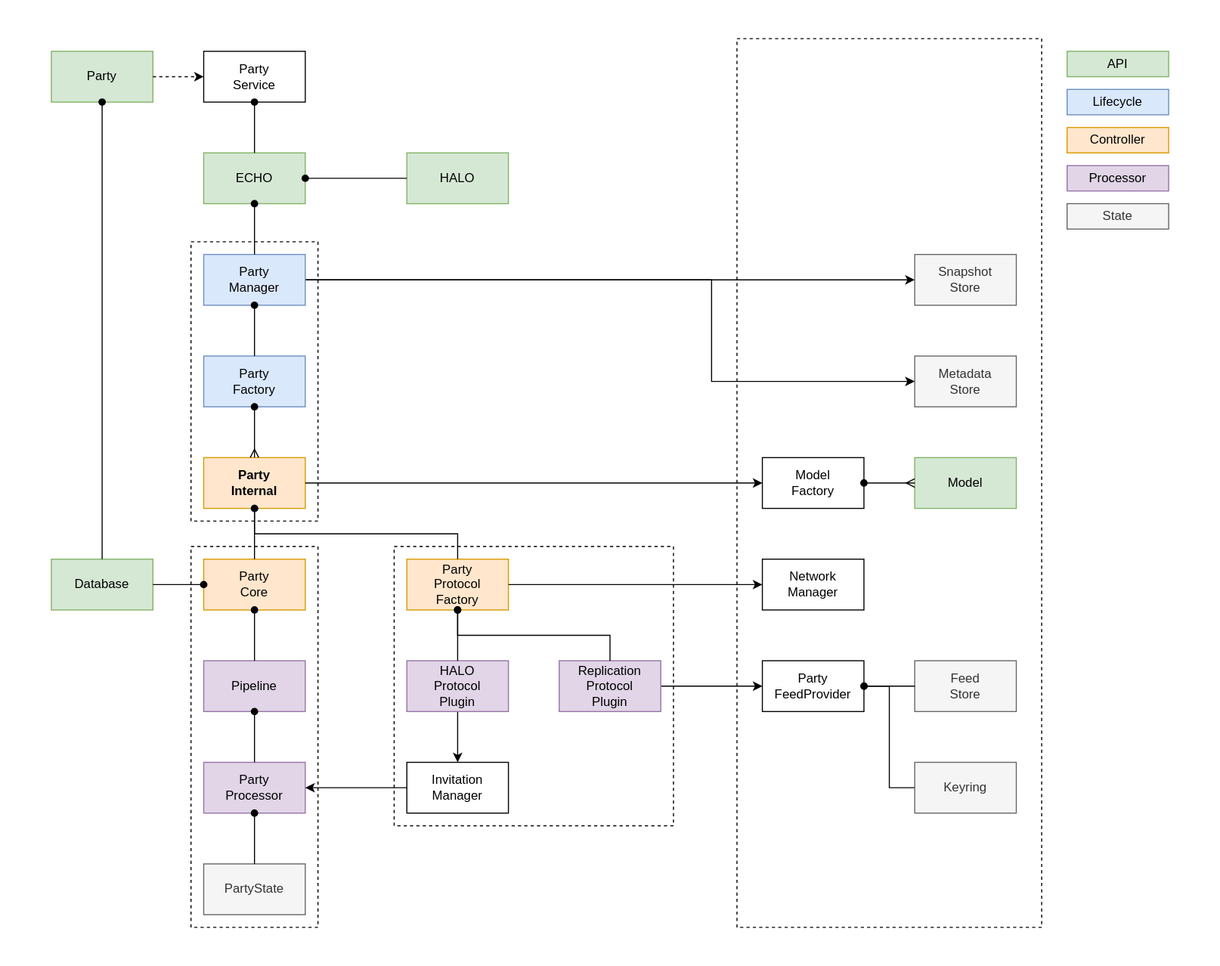
dxos/dxos keeps this draw.io diagram as docs/design/diagrams/echo-db.drawio.svg. Above is the earlier version. Source tidied: cells renumbered, new cells last; positions are measured from the earlier drawing's top-left corner, leaving out a move shared by most shapes.
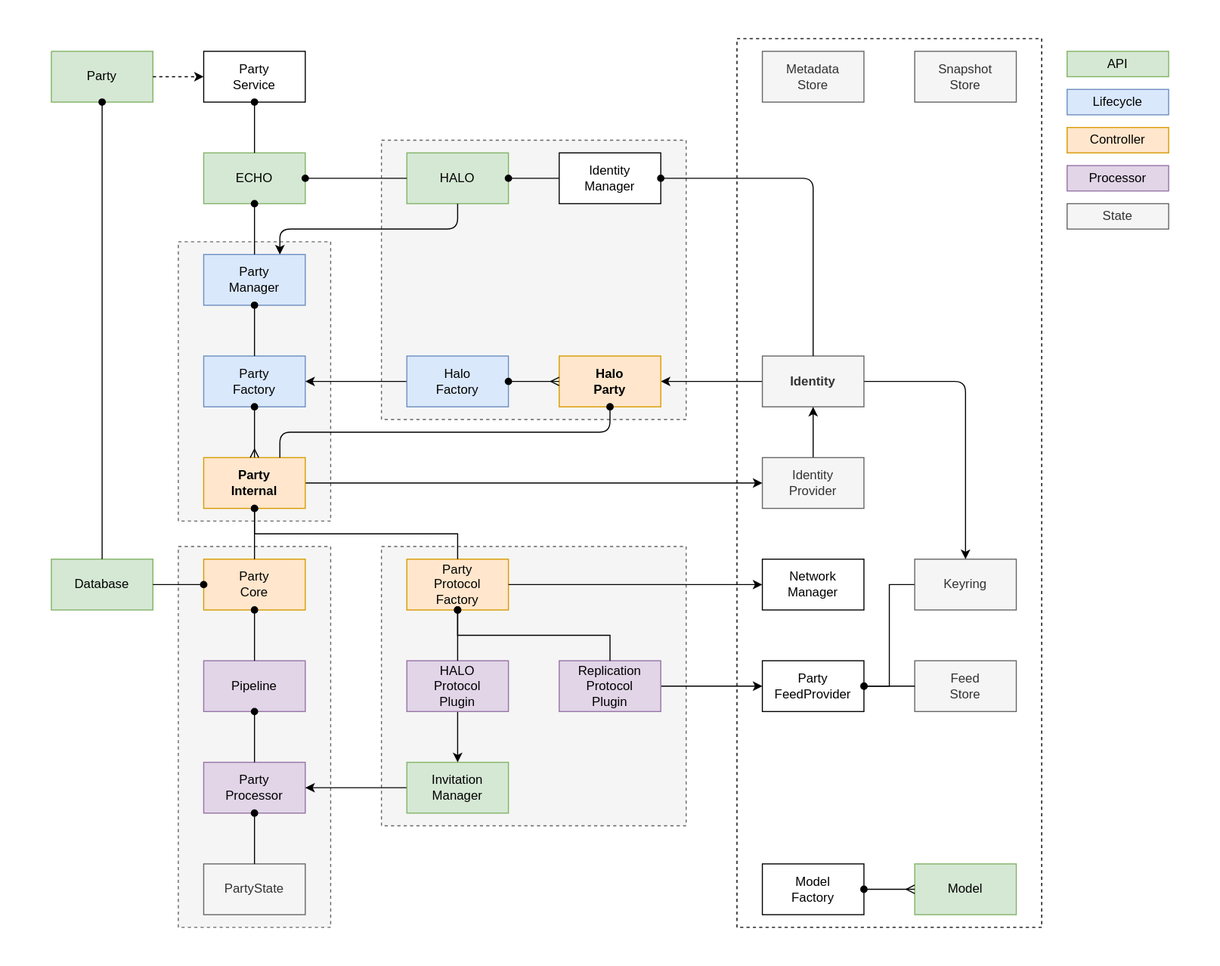
The same diagram one commit later.

What changed in the source:
```diff
@@ -2,18 +2,21 @@
   <root>
     <mxCell id="0" />
     <mxCell id="1" parent="0" />
+    <mxCell id="62" style="rounded=0;whiteSpace=wrap;html=1;dashed=1;fillColor=#f5f5f5;fontColor=#333333;strokeColor=#666666;" parent="1" vertex="1">
+      <mxGeometry x="360" y="516" width="288" height="264" as="geometry" />
+    </mxCell>
     <mxCell id="2" style="rounded=0;whiteSpace=wrap;html=1;dashed=1;fillColor=none;" parent="1" vertex="1">
       <mxGeometry x="696" y="36" width="288" height="840" as="geometry" />
     </mxCell>
+    <mxCell id="5" style="rounded=0;whiteSpace=wrap;html=1;dashed=1;fillColor=#f5f5f5;fontColor=#333333;strokeColor=#666666;" parent="1" vertex="1">
+      <mxGeometry x="360" y="132" width="288" height="264" as="geometry" />
+    </mxCell>
-    <mxCell id="3" style="rounded=0;whiteSpace=wrap;html=1;dashed=1;fillColor=none;" parent="1" vertex="1">
-      <mxGeometry x="180" y="228" width="120" height="264" as="geometry" />
+    <mxCell id="3" style="rounded=0;whiteSpace=wrap;html=1;dashed=1;fillColor=#f5f5f5;fontColor=#333333;strokeColor=#666666;" parent="1" vertex="1">
+      <mxGeometry x="168" y="228" width="144" height="264" as="geometry" />
     </mxCell>
-    <mxCell id="4" style="rounded=0;whiteSpace=wrap;html=1;dashed=1;fillColor=none;" parent="1" vertex="1">
-      <mxGeometry x="180" y="516" width="120" height="360" as="geometry" />
+    <mxCell id="4" style="rounded=0;whiteSpace=wrap;html=1;dashed=1;fillColor=#f5f5f5;fontColor=#333333;strokeColor=#666666;" parent="1" vertex="1">
+      <mxGeometry x="168" y="516" width="144" height="360" as="geometry" />
     </mxCell>
-    <mxCell id="5" style="rounded=0;whiteSpace=wrap;html=1;dashed=1;fillColor=none;" parent="1" vertex="1">
-      <mxGeometry x="372" y="516" width="264" height="264" as="geometry" />
-    </mxCell>
     <mxCell id="6" value="Party&lt;br&gt;Core" style="rounded=0;whiteSpace=wrap;html=1;fillColor=#ffe6cc;strokeColor=#d79b00;" parent="1" vertex="1">
       <mxGeometry x="192" y="528" width="96" height="48" as="geometry" />
     </mxCell>
@@ -21,7 +24,7 @@
       <mxGeometry x="48" y="528" width="96" height="48" as="geometry" />
     </mxCell>
     <mxCell id="8" value="Snapshot&lt;br&gt;Store" style="rounded=0;whiteSpace=wrap;html=1;fillColor=#f5f5f5;fontColor=#333333;strokeColor=#666666;" parent="1" vertex="1">
-      <mxGeometry x="864" y="240" width="96" height="48" as="geometry" />
+      <mxGeometry x="864" y="48" width="96" height="48" as="geometry" />
     </mxCell>
     <mxCell id="9" value="Party&lt;br&gt;Processor" style="rounded=0;whiteSpace=wrap;html=1;fillColor=#e1d5e7;strokeColor=#9673a6;" parent="1" vertex="1">
       <mxGeometry x="192" y="720" width="96" height="48" as="geometry" />
@@ -41,6 +44,9 @@
     <mxCell id="14" value="Party&lt;br&gt;Factory&lt;br&gt;" style="rounded=0;whiteSpace=wrap;html=1;fillColor=#dae8fc;strokeColor=#6c8ebf;" parent="1" vertex="1">
       <mxGeometry x="192" y="336" width="96" height="48" as="geometry" />
     </mxCell>
+    <mxCell id="63" style="edgeStyle=none;html=1;exitX=1;exitY=0.5;exitDx=0;exitDy=0;entryX=0;entryY=0.5;entryDx=0;entryDy=0;startArrow=none;startFill=0;endArrow=classic;endFill=1;" parent="1" edge="1" source="15" target="77">
+      <mxGeometry relative="1" as="geometry" />
+    </mxCell>
     <mxCell id="15" value="Party&lt;br&gt;Internal" style="rounded=0;whiteSpace=wrap;html=1;fontStyle=1;fillColor=#ffe6cc;strokeColor=#d79b00;" parent="1" vertex="1">
       <mxGeometry x="192" y="432" width="96" height="48" as="geometry" />
     </mxCell>
@@ -50,7 +56,7 @@
     <mxCell id="17" style="edgeStyle=orthogonalEdgeStyle;rounded=0;jettySize=auto;html=1;entryX=1;entryY=0.5;entryDx=0;entryDy=0;startArrow=none;startFill=0;endArrow=classic;endFill=1;" parent="1" edge="1" source="18" target="9">
       <mxGeometry relative="1" as="geometry" />
     </mxCell>
-    <mxCell id="18" value="Invitation&lt;br&gt;Manager" style="rounded=0;whiteSpace=wrap;html=1;" parent="1" vertex="1">
+    <mxCell id="18" value="Invitation&lt;br&gt;Manager" style="rounded=0;whiteSpace=wrap;html=1;fillColor=#d5e8d4;strokeColor=#82b366;" parent="1" vertex="1">
       <mxGeometry x="384" y="720" width="96" height="48" as="geometry" />
     </mxCell>
     <mxCell id="19" style="edgeStyle=orthogonalEdgeStyle;rounded=0;jettySize=auto;html=1;entryX=0;entryY=0.5;entryDx=0;entryDy=0;startArrow=none;startFill=0;endArrow=classic;endFill=1;exitX=1;exitY=0.5;exitDx=0;exitDy=0;" parent="1" edge="1" source="50" target="11">
@@ -68,10 +74,10 @@
       <mxGeometry x="720" y="528" width="96" height="48" as="geometry" />
     </mxCell>
     <mxCell id="22" value="Metadata&lt;br&gt;Store" style="rounded=0;whiteSpace=wrap;html=1;fillColor=#f5f5f5;fontColor=#333333;strokeColor=#666666;" parent="1" vertex="1">
-      <mxGeometry x="864" y="336" width="96" height="48" as="geometry" />
+      <mxGeometry x="720" y="48" width="96" height="48" as="geometry" />
     </mxCell>
     <mxCell id="23" value="Keyring" style="rounded=0;whiteSpace=wrap;html=1;fillColor=#f5f5f5;fontColor=#333333;strokeColor=#666666;" parent="1" vertex="1">
-      <mxGeometry x="864" y="720" width="96" height="48" as="geometry" />
+      <mxGeometry x="864" y="528" width="96" height="48" as="geometry" />
     </mxCell>
     <mxCell id="24" value="Feed&lt;br&gt;Store" style="rounded=0;whiteSpace=wrap;html=1;fillColor=#f5f5f5;fontColor=#333333;strokeColor=#666666;" parent="1" vertex="1">
       <mxGeometry x="864" y="624" width="96" height="48" as="geometry" />
@@ -86,7 +92,7 @@
       <mxGeometry relative="1" as="geometry" />
     </mxCell>
     <mxCell id="28" value="Model&lt;br&gt;Factory" style="rounded=0;whiteSpace=wrap;html=1;" parent="1" vertex="1">
-      <mxGeometry x="720" y="432" width="96" height="48" as="geometry" />
+      <mxGeometry x="720" y="816" width="96" height="48" as="geometry" />
     </mxCell>
     <mxCell id="29" value="PartyState" style="rounded=0;whiteSpace=wrap;html=1;fillColor=#f5f5f5;fontColor=#333333;strokeColor=#666666;" parent="1" vertex="1">
       <mxGeometry x="192" y="816" width="96" height="48" as="geometry" />
@@ -107,7 +113,7 @@
       <mxGeometry x="1008" y="192" width="96" height="24" as="geometry" />
     </mxCell>
     <mxCell id="35" value="Model" style="rounded=0;whiteSpace=wrap;html=1;fillColor=#d5e8d4;strokeColor=#82b366;" parent="1" vertex="1">
-      <mxGeometry x="864" y="432" width="96" height="48" as="geometry" />
+      <mxGeometry x="864" y="816" width="96" height="48" as="geometry" />
     </mxCell>
     <mxCell id="36" style="edgeStyle=orthogonalEdgeStyle;rounded=0;jettySize=auto;html=1;exitX=1;exitY=0.5;exitDx=0;exitDy=0;startArrow=oval;startFill=1;endArrow=ERmany;endFill=0;" parent="1" edge="1" source="28" target="35">
       <mxGeometry relative="1" as="geometry" />
@@ -115,17 +121,6 @@
     <mxCell id="37" style="edgeStyle=orthogonalEdgeStyle;rounded=0;jettySize=auto;html=1;startArrow=oval;startFill=1;endArrow=ERmany;endFill=0;" parent="1" edge="1" source="14" target="15">
       <mxGeometry relative="1" as="geometry" />
     </mxCell>
-    <mxCell id="38" style="edgeStyle=orthogonalEdgeStyle;rounded=0;jettySize=auto;html=1;exitX=1;exitY=0.5;exitDx=0;exitDy=0;startArrow=none;startFill=0;endArrow=classic;endFill=1;" parent="1" edge="1" source="40" target="8">
-      <mxGeometry relative="1" as="geometry" />
-    </mxCell>
-    <mxCell id="39" style="edgeStyle=orthogonalEdgeStyle;rounded=0;jettySize=auto;html=1;exitX=1;exitY=0.5;exitDx=0;exitDy=0;startArrow=none;startFill=0;endArrow=classic;endFill=1;" parent="1" edge="1" source="40" target="22">
-      <mxGeometry relative="1" as="geometry">
-        <Array as="points">
-          <mxPoint x="672" y="264" />
-          <mxPoint x="672" y="360" />
-        </Array>
-      </mxGeometry>
-    </mxCell>
     <mxCell id="40" value="Party&lt;br&gt;Manager" style="rounded=0;whiteSpace=wrap;html=1;fillColor=#dae8fc;strokeColor=#6c8ebf;" parent="1" vertex="1">
       <mxGeometry x="192" y="240" width="96" height="48" as="geometry" />
     </mxCell>
@@ -189,14 +184,71 @@
         </Array>
       </mxGeometry>
     </mxCell>
-    <mxCell id="59" style="edgeStyle=none;html=1;entryX=0;entryY=0.5;entryDx=0;entryDy=0;endArrow=classic;endFill=1;startArrow=none;startFill=0;" parent="1" edge="1" source="15" target="28">
-      <mxGeometry relative="1" as="geometry" />
-    </mxCell>
     <mxCell id="60" style="rounded=0;whiteSpace=wrap;html=1;strokeColor=none;" parent="1" vertex="1">
       <mxGeometry width="48" height="48" as="geometry" />
     </mxCell>
     <mxCell id="61" style="rounded=0;whiteSpace=wrap;html=1;strokeColor=none;" parent="1" vertex="1">
       <mxGeometry x="1104" y="864" width="48" height="48" as="geometry" />
     </mxCell>
+    <mxCell id="64" value="Identity&lt;br&gt;Manager" style="rounded=0;whiteSpace=wrap;html=1;" parent="1" vertex="1">
+      <mxGeometry x="528" y="144" width="96" height="48" as="geometry" />
+    </mxCell>
+    <mxCell id="65" style="edgeStyle=none;html=1;exitX=0;exitY=0.5;exitDx=0;exitDy=0;entryX=1;entryY=0.5;entryDx=0;entryDy=0;startArrow=none;startFill=0;endArrow=classic;endFill=1;" parent="1" edge="1" source="67" target="69">
+      <mxGeometry relative="1" as="geometry" />
+    </mxCell>
+    <mxCell id="66" style="edgeStyle=none;html=1;exitX=1;exitY=0.5;exitDx=0;exitDy=0;entryX=0.5;entryY=0;entryDx=0;entryDy=0;startArrow=none;startFill=0;endArrow=classic;endFill=1;" parent="1" edge="1" source="67" target="23">
+      <mxGeometry relative="1" as="geometry">
+        <Array as="points">
+          <mxPoint x="912" y="360" />
+        </Array>
+      </mxGeometry>
+    </mxCell>
+    <mxCell id="67" value="Identity" style="rounded=0;whiteSpace=wrap;html=1;fillColor=#f5f5f5;fontColor=#333333;strokeColor=#666666;fontStyle=1;" parent="1" vertex="1">
+      <mxGeometry x="720" y="336" width="96" height="48" as="geometry" />
+    </mxCell>
+    <mxCell id="68" style="edgeStyle=none;html=1;exitX=1;exitY=0.5;exitDx=0;exitDy=0;startArrow=oval;startFill=1;endArrow=none;endFill=0;" parent="1" edge="1" source="64" target="67">
+      <mxGeometry relative="1" as="geometry">
+        <Array as="points">
+          <mxPoint x="768" y="168" />
+        </Array>
+      </mxGeometry>
+    </mxCell>
+    <mxCell id="69" value="Halo&lt;br&gt;Party" style="rounded=0;whiteSpace=wrap;html=1;fontStyle=1;fillColor=#ffe6cc;strokeColor=#d79b00;" parent="1" vertex="1">
+      <mxGeometry x="528" y="336" width="96" height="48" as="geometry" />
+    </mxCell>
+    <mxCell id="70" style="edgeStyle=none;html=1;exitX=1;exitY=0.5;exitDx=0;exitDy=0;entryX=0;entryY=0.5;entryDx=0;entryDy=0;startArrow=oval;startFill=1;endArrow=none;endFill=0;" parent="1" edge="1" source="55" target="64">
+      <mxGeometry relative="1" as="geometry" />
+    </mxCell>
+    <mxCell id="71" style="edgeStyle=none;html=1;exitX=0.5;exitY=1;exitDx=0;exitDy=0;entryX=0.75;entryY=0;entryDx=0;entryDy=0;startArrow=none;startFill=0;endArrow=classic;endFill=1;" parent="1" edge="1" source="55" target="40">
+      <mxGeometry relative="1" as="geometry">
+        <Array as="points">
+          <mxPoint x="432" y="216" />
+          <mxPoint x="264" y="216" />
+        </Array>
+      </mxGeometry>
+    </mxCell>
+    <mxCell id="72" style="edgeStyle=none;html=1;exitX=0.5;exitY=1;exitDx=0;exitDy=0;entryX=0.75;entryY=0;entryDx=0;entryDy=0;startArrow=oval;startFill=1;endArrow=none;endFill=0;" parent="1" edge="1" source="69" target="15">
+      <mxGeometry relative="1" as="geometry">
+        <Array as="points">
+          <mxPoint x="576" y="408" />
+          <mxPoint x="264" y="408" />
+        </Array>
+      </mxGeometry>
+    </mxCell>
+    <mxCell id="73" style="edgeStyle=none;html=1;exitX=0;exitY=0.5;exitDx=0;exitDy=0;entryX=1;entryY=0.5;entryDx=0;entryDy=0;startArrow=none;startFill=0;endArrow=classic;endFill=1;" parent="1" edge="1" source="74" target="14">
+      <mxGeometry relative="1" as="geometry" />
+    </mxCell>
+    <mxCell id="74" value="Halo&lt;br&gt;Factory" style="rounded=0;whiteSpace=wrap;html=1;fillColor=#dae8fc;strokeColor=#6c8ebf;" parent="1" vertex="1">
+      <mxGeometry x="384" y="336" width="96" height="48" as="geometry" />
+    </mxCell>
+    <mxCell id="75" style="edgeStyle=none;html=1;exitX=1;exitY=0.5;exitDx=0;exitDy=0;entryX=0;entryY=0.5;entryDx=0;entryDy=0;startArrow=oval;startFill=1;endArrow=ERmany;endFill=0;" parent="1" edge="1" source="74" target="69">
+      <mxGeometry relative="1" as="geometry" />
+    </mxCell>
+    <mxCell id="76" style="edgeStyle=none;html=1;exitX=0.5;exitY=0;exitDx=0;exitDy=0;entryX=0.5;entryY=1;entryDx=0;entryDy=0;startArrow=none;startFill=0;endArrow=classic;endFill=1;" parent="1" edge="1" source="77" target="67">
+      <mxGeometry relative="1" as="geometry" />
+    </mxCell>
+    <mxCell id="77" value="Identity&lt;br&gt;Provider" style="rounded=0;whiteSpace=wrap;html=1;fillColor=#f5f5f5;fontColor=#333333;strokeColor=#666666;" parent="1" vertex="1">
+      <mxGeometry x="720" y="432" width="96" height="48" as="geometry" />
+    </mxCell>
   </root>
 </mxGraphModel>
```
